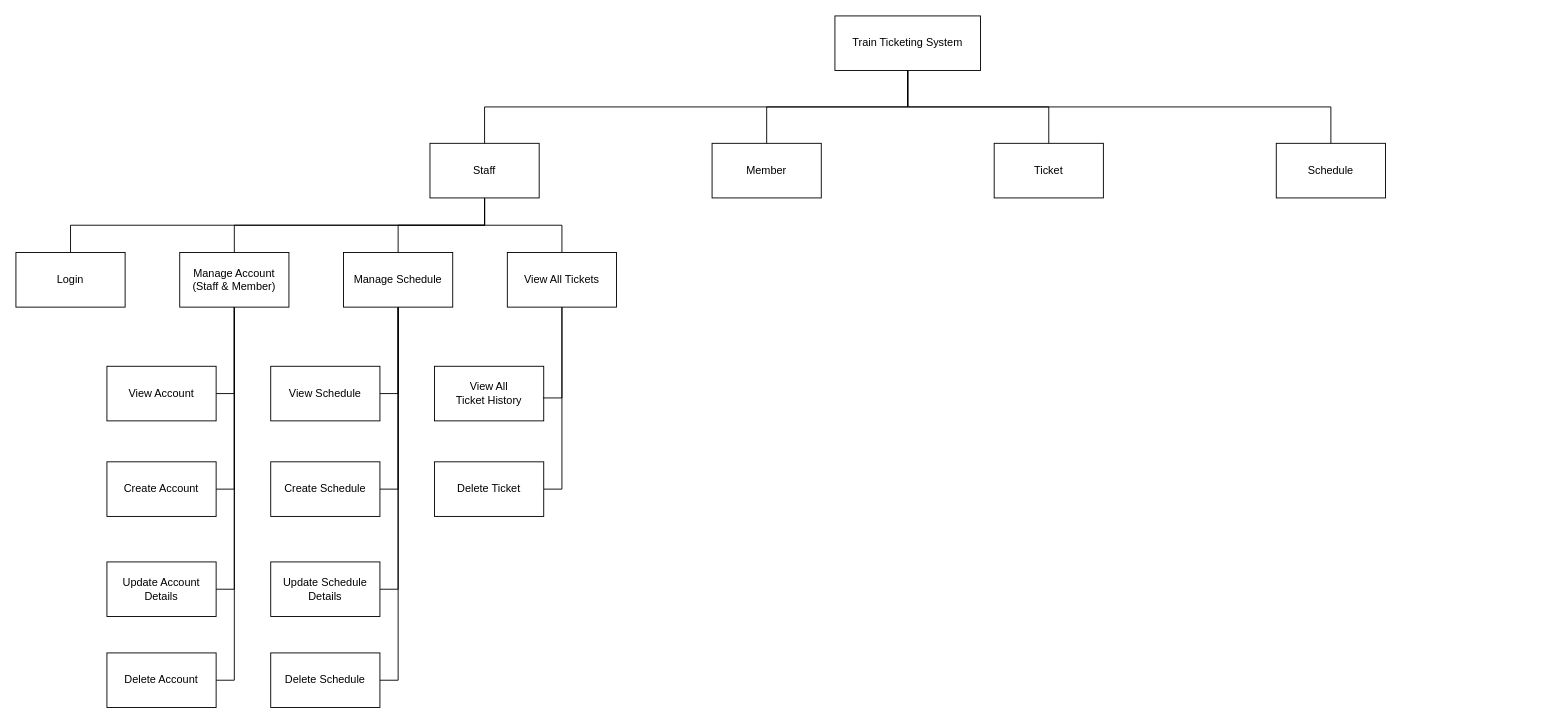
The draw.io diagram diagrams/structure_chart.drawio in Poleric/train-ticketing-system, before the edit. Source tidied: cells renumbered, new cells numbered last; positions are measured from the earlier drawing's top-left corner, leaving out a move shared by most shapes. Both pictures are drawn from the tidied source at 91%, with x=0, y=0 at pixel (15, 15).
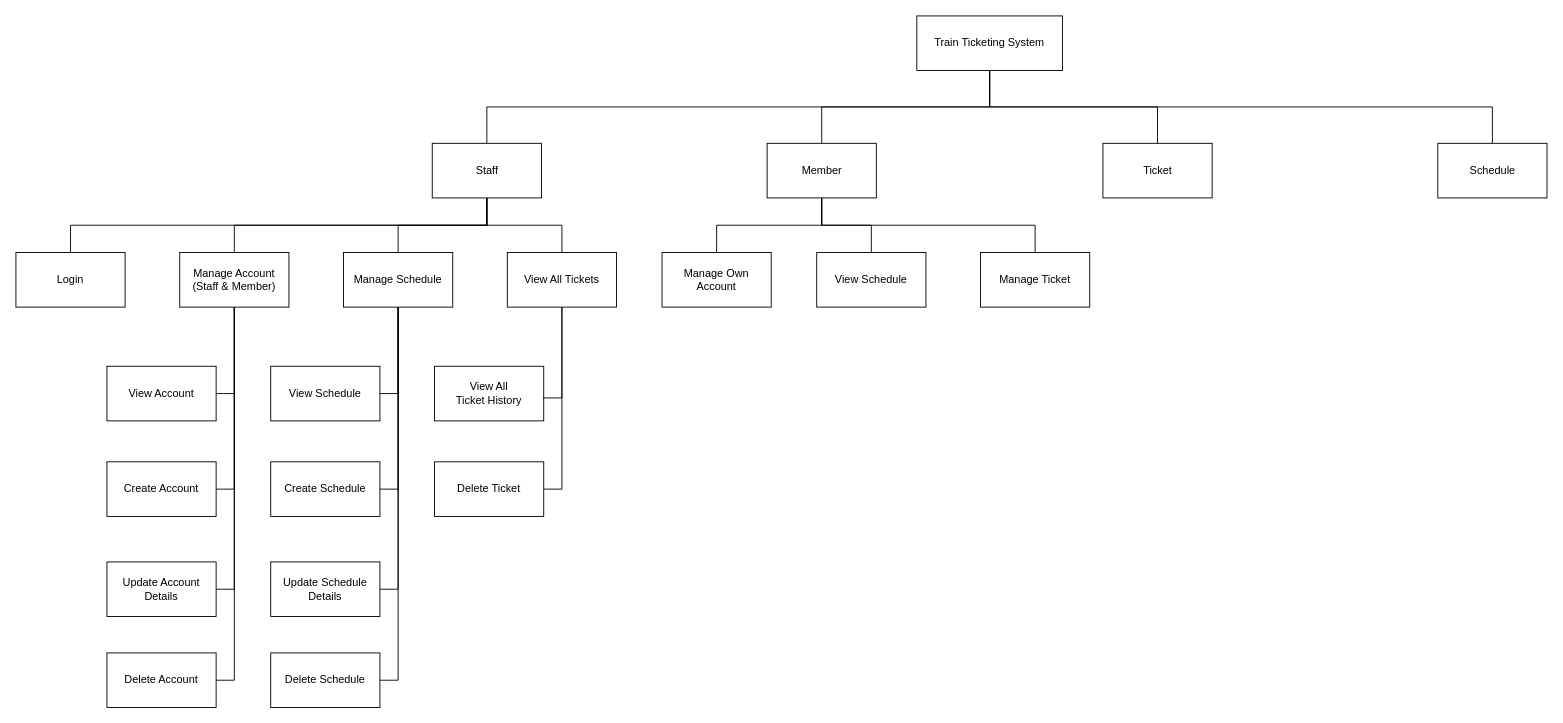
Above is the later version.

The edit, as a diff of the source:
```diff
@@
     <mxCell id="6" value="Staff" style="rounded=0;whiteSpace=wrap;html=1;" parent="1" vertex="1">
-      <mxGeometry x="455" y="140" width="120" height="60" as="geometry" />
+      <mxGeometry x="457.5" y="140" width="120" height="60" as="geometry" />
     </mxCell>
+    <mxCell id="39" style="edgeStyle=orthogonalEdgeStyle;rounded=0;jettySize=auto;html=1;exitX=0.5;exitY=1;exitDx=0;exitDy=0;entryX=0.5;entryY=0;entryDx=0;entryDy=0;endArrow=none;endFill=0;" parent="1" edge="1" source="7" target="42">
+      <mxGeometry relative="1" as="geometry" />
+    </mxCell>
+    <mxCell id="40" style="edgeStyle=orthogonalEdgeStyle;rounded=0;jettySize=auto;html=1;exitX=0.5;exitY=1;exitDx=0;exitDy=0;entryX=0.5;entryY=0;entryDx=0;entryDy=0;endArrow=none;endFill=0;" parent="1" edge="1" source="7" target="43">
+      <mxGeometry relative="1" as="geometry" />
+    </mxCell>
+    <mxCell id="41" style="edgeStyle=orthogonalEdgeStyle;rounded=0;jettySize=auto;html=1;exitX=0.5;exitY=1;exitDx=0;exitDy=0;entryX=0.5;entryY=0;entryDx=0;entryDy=0;endArrow=none;endFill=0;" parent="1" edge="1" source="7" target="44">
+      <mxGeometry relative="1" as="geometry" />
+    </mxCell>
     <mxCell id="7" value="Member" style="rounded=0;whiteSpace=wrap;html=1;" parent="1" vertex="1">
-      <mxGeometry x="765" y="140" width="120" height="60" as="geometry" />
+      <mxGeometry x="825.5" y="140" width="120" height="60" as="geometry" />
     </mxCell>
     <mxCell id="8" value="Ticket" style="rounded=0;whiteSpace=wrap;html=1;" parent="1" vertex="1">
-      <mxGeometry x="1075" y="140" width="120" height="60" as="geometry" />
+      <mxGeometry x="1194.5" y="140" width="120" height="60" as="geometry" />
     </mxCell>
     <mxCell id="9" value="Schedule" style="rounded=0;whiteSpace=wrap;html=1;" parent="1" vertex="1">
-      <mxGeometry x="1385" y="140" width="120" height="60" as="geometry" />
+      <mxGeometry x="1562.5" y="140" width="120" height="60" as="geometry" />
     </mxCell>
@@
     <mxCell id="14" value="Train Ticketing System" style="rounded=0;whiteSpace=wrap;html=1;" parent="1" vertex="1">
-      <mxGeometry x="900" width="160" height="60" as="geometry" />
+      <mxGeometry x="990" width="160" height="60" as="geometry" />
     </mxCell>
@@
+    <mxCell id="42" value="Manage Own&lt;div&gt;Account&lt;/div&gt;" style="rounded=0;whiteSpace=wrap;html=1;" parent="1" vertex="1">
+      <mxGeometry x="710" y="260" width="120" height="60" as="geometry" />
+    </mxCell>
+    <mxCell id="43" value="Manage Ticket" style="rounded=0;whiteSpace=wrap;html=1;" parent="1" vertex="1">
+      <mxGeometry x="1060" y="260" width="120" height="60" as="geometry" />
+    </mxCell>
+    <mxCell id="44" value="View Schedule" style="rounded=0;whiteSpace=wrap;html=1;" parent="1" vertex="1">
+      <mxGeometry x="880" y="260" width="120" height="60" as="geometry" />
+    </mxCell>
```
